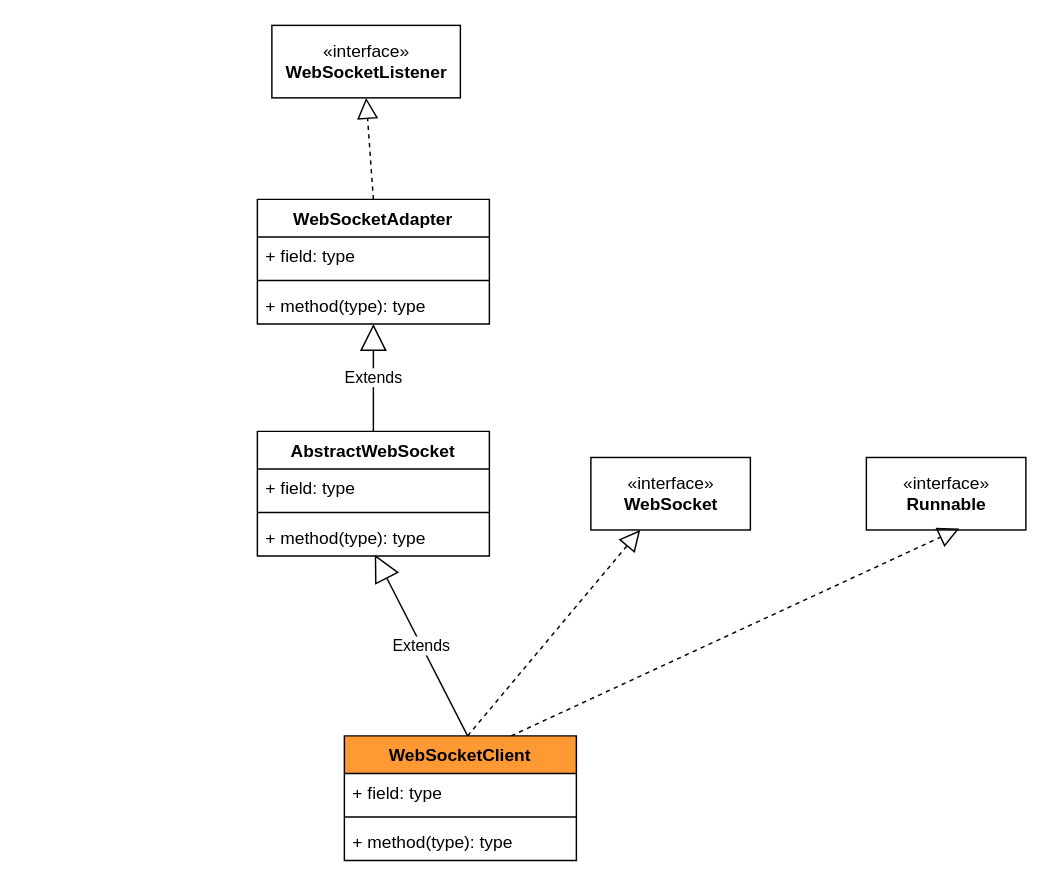
Earlier version of the draw.io diagram java-websocket.drawio (tadsimons/draw). Source tidied: cells renumbered, new cells numbered last; positions are measured from the earlier drawing's top-left corner, leaving out a move shared by most shapes. Both pictures are drawn from the tidied source at 145%, with x=0, y=0 at pixel (257, 25).
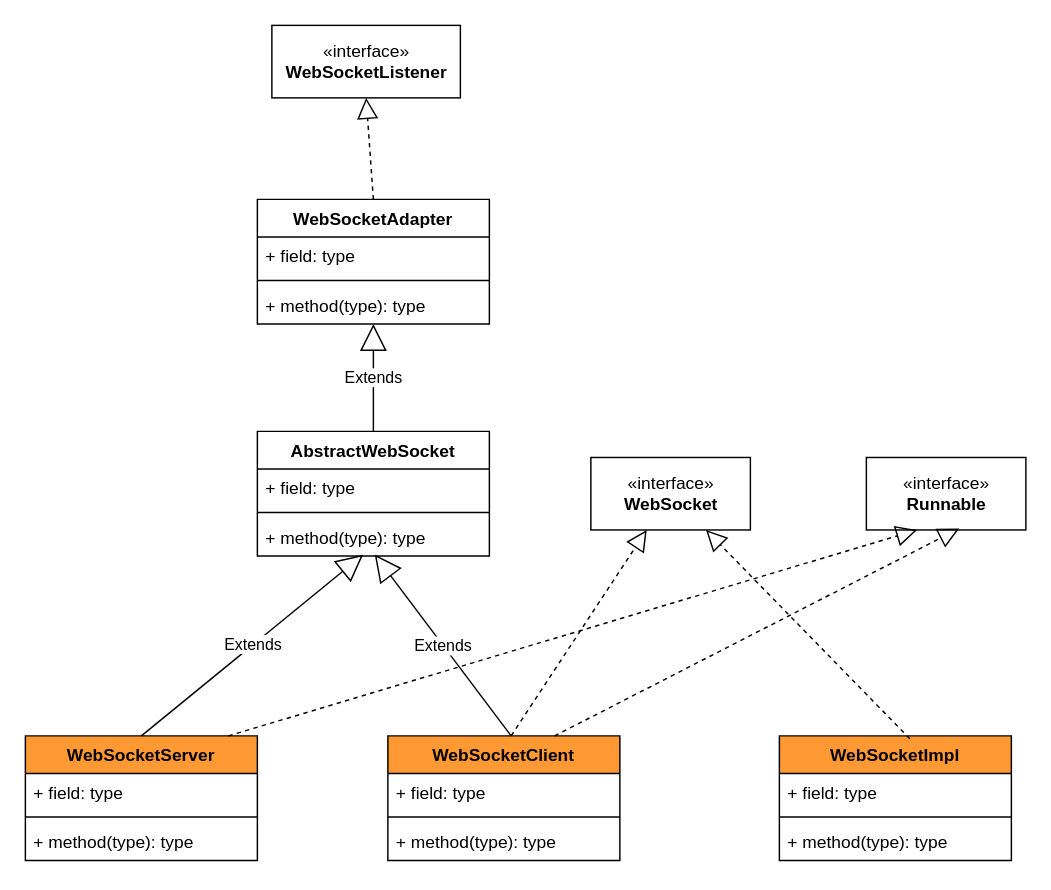
Above is the later version.

The change refers to these unchanged cells:
```xml
<mxCell id="12" value="+ method(type): type" style="text;strokeColor=none;fillColor=none;align=left;verticalAlign=top;spacingLeft=4;spacingRight=4;overflow=hidden;points=[[0,0.5],[1,0.5]];portConstraint=eastwest;" parent="8" vertex="1">
  <mxGeometry y="60" width="160" height="26" as="geometry" />
</mxCell>
<mxCell id="13" value="«interface»&lt;br&gt;&lt;b&gt;WebSocket&lt;/b&gt;" style="html=1;" parent="1" vertex="1">
  <mxGeometry x="230" y="298" width="110" height="50" as="geometry" />
</mxCell>
<mxCell id="14" value="«interface»&lt;br&gt;&lt;b&gt;Runnable&lt;/b&gt;" style="html=1;" parent="1" vertex="1">
  <mxGeometry x="420" y="298" width="110" height="50" as="geometry" />
</mxCell>
```

What changed in the source:
```diff
@@
     <mxCell id="15" value="WebSocketClient" style="swimlane;fontStyle=1;align=center;verticalAlign=top;horizontal=1;startSize=26;fillColor=#FF9933;" parent="1" vertex="1">
-      <mxGeometry x="60" y="490" width="160" height="86" as="geometry" />
+      <mxGeometry x="90" y="490" width="160" height="86" as="geometry" />
     </mxCell>
@@
+    <mxCell id="22" value="WebSocketServer" style="swimlane;fontStyle=1;align=center;verticalAlign=top;horizontal=1;startSize=26;fillColor=#FF9933;" parent="1" vertex="1">
+      <mxGeometry x="-160" y="490" width="160" height="86" as="geometry" />
+    </mxCell>
+    <mxCell id="23" value="Extends" style="endArrow=block;endSize=16;endFill=0;html=1;entryX=0.456;entryY=0.962;entryDx=0;entryDy=0;entryPerimeter=0;" parent="22" edge="1" target="12">
+      <mxGeometry relative="1" as="geometry">
+        <mxPoint x="80" as="sourcePoint" />
+      </mxGeometry>
+    </mxCell>
+    <mxCell id="24" style="endArrow=block;dashed=1;endFill=0;endSize=12;html=1;entryX=0.318;entryY=1;entryDx=0;entryDy=0;entryPerimeter=0;" parent="22" edge="1" target="14">
+      <mxGeometry relative="1" as="geometry">
+        <mxPoint x="140" as="sourcePoint" />
+      </mxGeometry>
+    </mxCell>
+    <mxCell id="25" value="+ field: type" style="text;strokeColor=none;fillColor=none;align=left;verticalAlign=top;spacingLeft=4;spacingRight=4;overflow=hidden;" parent="22" vertex="1">
+      <mxGeometry y="26" width="160" height="26" as="geometry" />
+    </mxCell>
+    <mxCell id="26" style="line;strokeWidth=1;fillColor=none;align=left;verticalAlign=middle;spacingTop=-1;spacingLeft=3;spacingRight=3;labelPosition=right;" parent="22" vertex="1">
+      <mxGeometry y="52" width="160" height="8" as="geometry" />
+    </mxCell>
+    <mxCell id="27" value="+ method(type): type" style="text;strokeColor=none;fillColor=none;align=left;verticalAlign=top;spacingLeft=4;spacingRight=4;overflow=hidden;" parent="22" vertex="1">
+      <mxGeometry y="60" width="160" height="26" as="geometry" />
+    </mxCell>
+    <mxCell id="28" value="WebSocketImpl" style="swimlane;fontStyle=1;align=center;verticalAlign=top;horizontal=1;startSize=26;fillColor=#FF9933;" parent="1" vertex="1">
+      <mxGeometry x="360" y="490" width="160" height="86" as="geometry" />
+    </mxCell>
+    <mxCell id="29" style="endArrow=block;dashed=1;endFill=0;endSize=12;html=1;" parent="28" edge="1" target="13">
+      <mxGeometry relative="1" as="geometry">
+        <mxPoint x="90" y="2" as="sourcePoint" />
+      </mxGeometry>
+    </mxCell>
+    <mxCell id="30" value="+ field: type" style="text;strokeColor=none;fillColor=none;align=left;verticalAlign=top;spacingLeft=4;spacingRight=4;overflow=hidden;" parent="28" vertex="1">
+      <mxGeometry y="26" width="160" height="26" as="geometry" />
+    </mxCell>
+    <mxCell id="31" style="line;strokeWidth=1;fillColor=none;align=left;verticalAlign=middle;spacingTop=-1;spacingLeft=3;spacingRight=3;labelPosition=right;" parent="28" vertex="1">
+      <mxGeometry y="52" width="160" height="8" as="geometry" />
+    </mxCell>
+    <mxCell id="32" value="+ method(type): type" style="text;strokeColor=none;fillColor=none;align=left;verticalAlign=top;spacingLeft=4;spacingRight=4;overflow=hidden;" parent="28" vertex="1">
+      <mxGeometry y="60" width="160" height="26" as="geometry" />
+    </mxCell>
```
